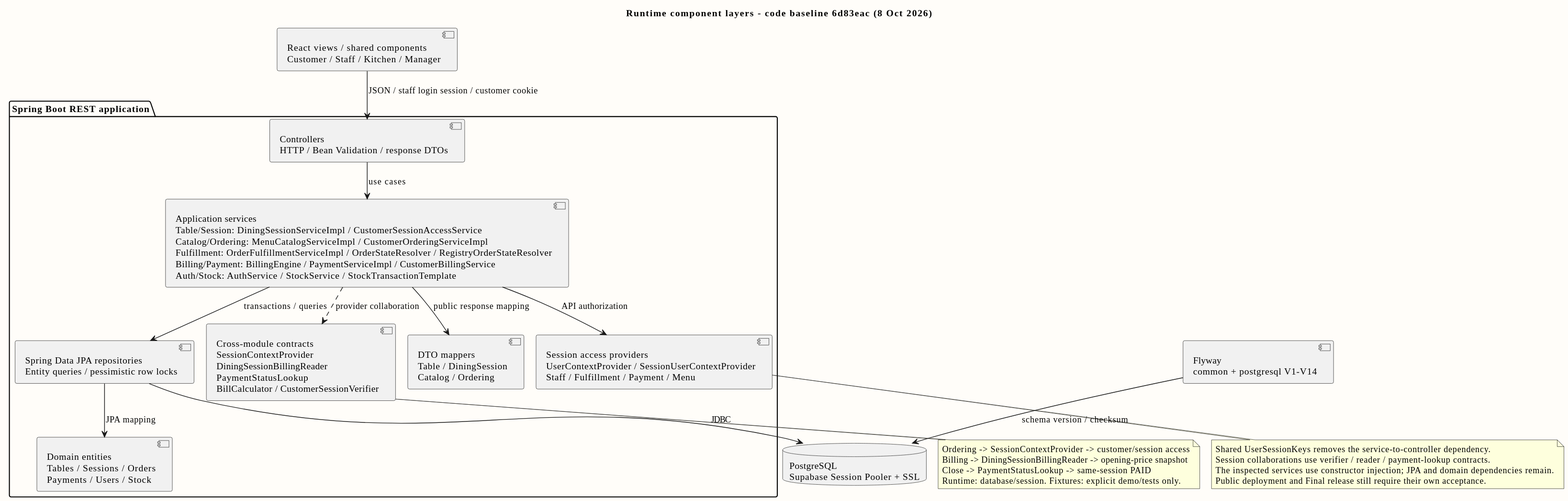
Above: doc/diagrams/previews/component.svg in PavaritPramual/buffet-restaurant-management-system (PlantUML), before the change.
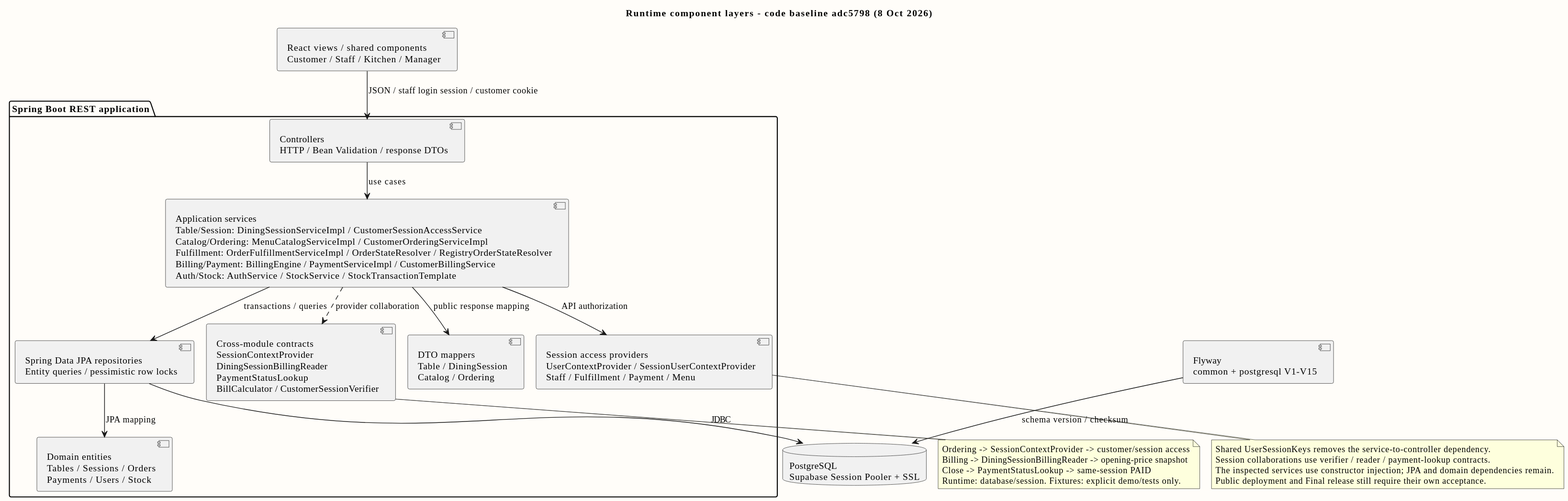
The same diagram one commit later.

Commit message:
docs: certify Pavarit JPA and reconcile integrated diagrams

Diff of the diagram source:
```diff
@@ -3,7 +3,7 @@
 skinparam shadowing false
 skinparam backgroundColor #FFFDF9
 skinparam defaultFontName Tahoma
-title Runtime component layers - code baseline 6d83eac (8 Oct 2026)
+title Runtime component layers - code baseline adc5798 (8 Oct 2026)
 top to bottom direction
 component "React views / shared components\nCustomer / Staff / Kitchen / Manager" as Web
 package "Spring Boot REST application" {
@@ -16,7 +16,7 @@
  component "Domain entities\nTables / Sessions / Orders\nPayments / Users / Stock" as E
 }
 database "PostgreSQL\nSupabase Session Pooler + SSL" as DB
-component "Flyway\ncommon + postgresql V1-V14" as Fly
+component "Flyway\ncommon + postgresql V1-V15" as Fly
 Web --> C : JSON / staff login session / customer cookie
 C --> S : use cases
 S --> Repo : transactions / queries
```
